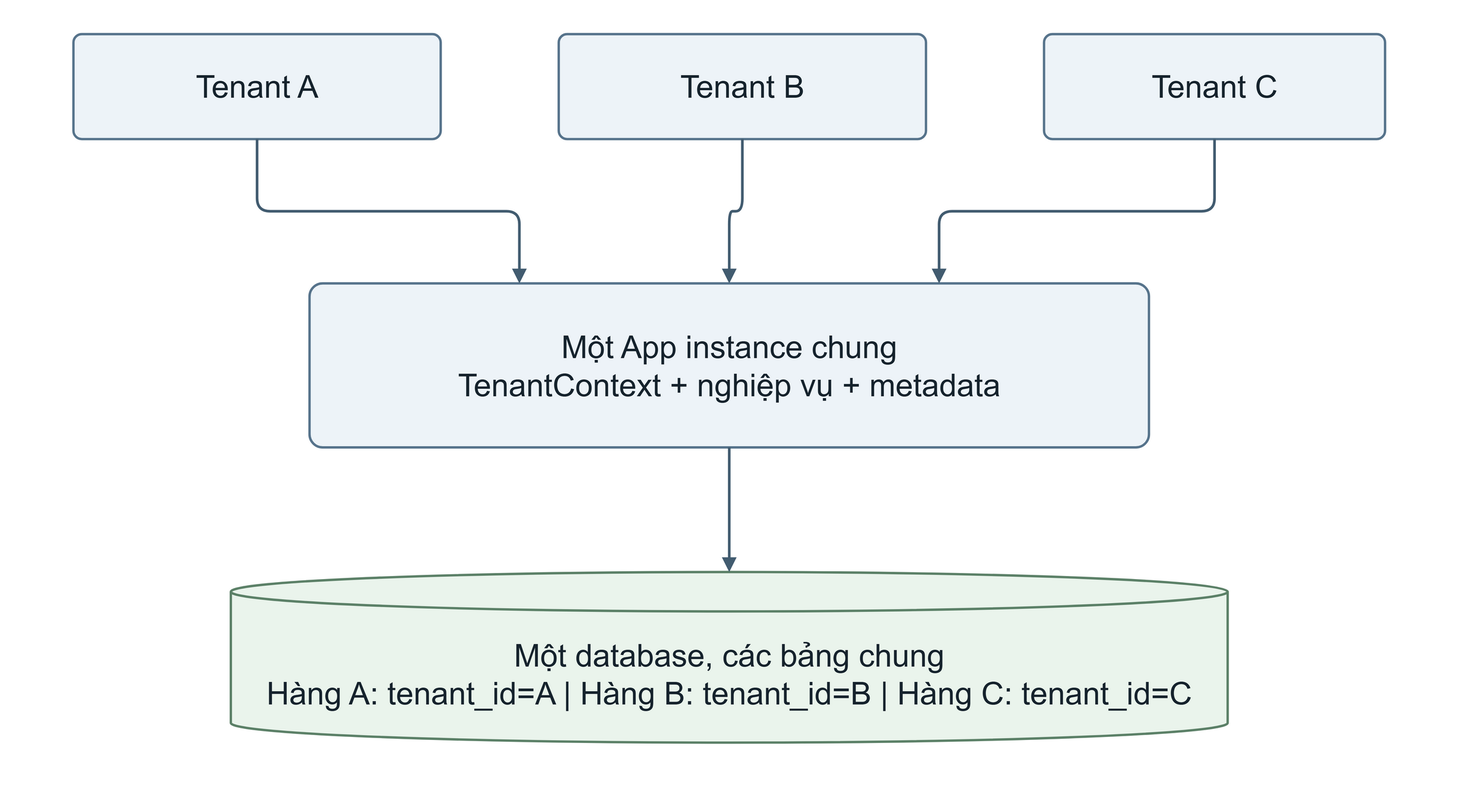
Before: output/report-theo-dany/figures/editable-png/hinh_2_2_pool.drawio.png, a diagram exported from draw.io (Hungcb123/NCKH-Hung). Source tidied: cells renumbered, new cells last; positions are measured from the earlier drawing's top-left corner, leaving out a move shared by most shapes.
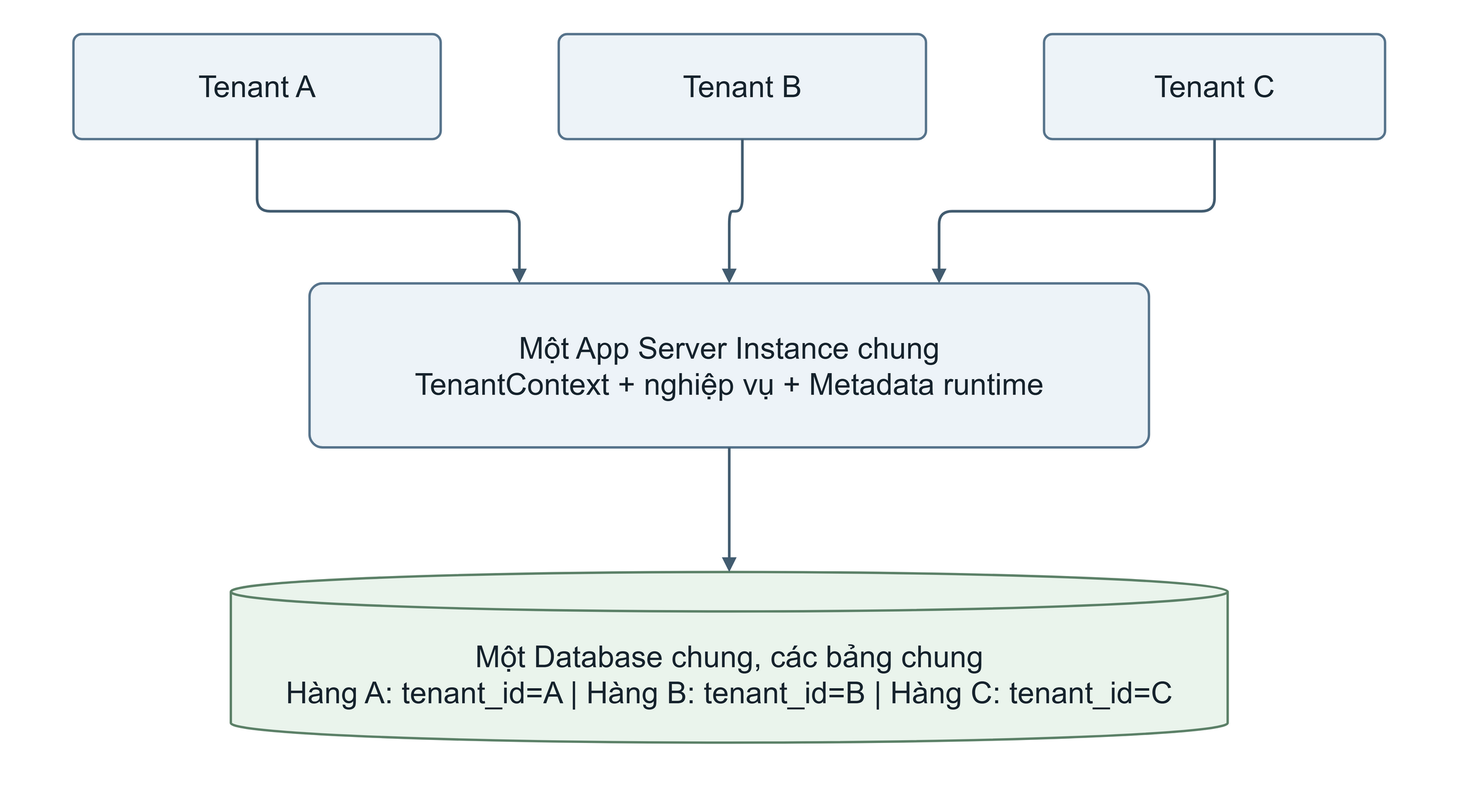
The same file after the commit.

The edit, as a diff of the source:
```diff
@@ -5,31 +5,31 @@
     <mxCell id="2" style="html=1;whiteSpace=wrap;fontFamily=Arial;fontColor=#16232D;fontSize=24;spacing=10;align=center;verticalAlign=middle;fillColor=none;strokeColor=none;" parent="1" vertex="1">
       <mxGeometry width="1100" height="600" as="geometry" />
     </mxCell>
-    <mxCell id="3" value="Tenant A" style="html=1;whiteSpace=wrap;fontFamily=Arial;fontColor=#16232D;fontSize=24;spacing=10;align=center;verticalAlign=middle;rounded=1;arcSize=8;fillColor=#EDF3F8;strokeColor=#57748C;strokeWidth=1.8;" parent="1" vertex="1">
+    <mxCell id="3" value="Tenant A" style="html=1;whiteSpace=wrap;fontFamily=Arial;fontColor=#16232D;fontSize=24;spacing=10;align=center;verticalAlign=middle;rounded=1;arcSize=8;fontSize=23;fillColor=#EDF3F8;strokeColor=#57748C;strokeWidth=1.8;" parent="1" vertex="1">
       <mxGeometry x="50" y="20" width="280" height="80" as="geometry" />
     </mxCell>
-    <mxCell id="4" value="Tenant B" style="html=1;whiteSpace=wrap;fontFamily=Arial;fontColor=#16232D;fontSize=24;spacing=10;align=center;verticalAlign=middle;rounded=1;arcSize=8;fillColor=#EDF3F8;strokeColor=#57748C;strokeWidth=1.8;" parent="1" vertex="1">
+    <mxCell id="4" value="Tenant B" style="html=1;whiteSpace=wrap;fontFamily=Arial;fontColor=#16232D;fontSize=24;spacing=10;align=center;verticalAlign=middle;rounded=1;arcSize=8;fontSize=23;fillColor=#EDF3F8;strokeColor=#57748C;strokeWidth=1.8;" parent="1" vertex="1">
       <mxGeometry x="420" y="20" width="280" height="80" as="geometry" />
     </mxCell>
-    <mxCell id="5" value="Tenant C" style="html=1;whiteSpace=wrap;fontFamily=Arial;fontColor=#16232D;fontSize=24;spacing=10;align=center;verticalAlign=middle;rounded=1;arcSize=8;fillColor=#EDF3F8;strokeColor=#57748C;strokeWidth=1.8;" parent="1" vertex="1">
+    <mxCell id="5" value="Tenant C" style="html=1;whiteSpace=wrap;fontFamily=Arial;fontColor=#16232D;fontSize=24;spacing=10;align=center;verticalAlign=middle;rounded=1;arcSize=8;fontSize=23;fillColor=#EDF3F8;strokeColor=#57748C;strokeWidth=1.8;" parent="1" vertex="1">
       <mxGeometry x="790" y="20" width="260" height="80" as="geometry" />
     </mxCell>
-    <mxCell id="6" value="Một App instance chung&#10;TenantContext + nghiệp vụ + metadata" style="html=1;whiteSpace=wrap;fontFamily=Arial;fontColor=#16232D;fontSize=24;spacing=10;align=center;verticalAlign=middle;rounded=1;arcSize=8;fillColor=#EDF3F8;strokeColor=#57748C;strokeWidth=1.8;" parent="1" vertex="1">
+    <mxCell id="6" value="Một App Server Instance chung&#10;TenantContext + nghiệp vụ + Metadata runtime" style="html=1;whiteSpace=wrap;fontFamily=Arial;fontColor=#16232D;fontSize=24;spacing=10;align=center;verticalAlign=middle;rounded=1;arcSize=8;fontSize=23;fillColor=#EDF3F8;strokeColor=#57748C;strokeWidth=1.8;" parent="1" vertex="1">
       <mxGeometry x="230" y="210" width="640" height="125" as="geometry" />
     </mxCell>
-    <mxCell id="7" value="Một database, các bảng chung&#10;Hàng A: tenant_id=A | Hàng B: tenant_id=B | Hàng C: tenant_id=C" style="html=1;whiteSpace=wrap;fontFamily=Arial;fontColor=#16232D;fontSize=24;spacing=10;align=center;verticalAlign=middle;shape=cylinder3;size=15;boundedLbl=1;fillColor=#EAF4EC;strokeColor=#5C8168;strokeWidth=1.8;" parent="1" vertex="1">
+    <mxCell id="7" value="Một Database chung, các bảng chung&#10;Hàng A: tenant_id=A | Hàng B: tenant_id=B | Hàng C: tenant_id=C" style="html=1;whiteSpace=wrap;fontFamily=Arial;fontColor=#16232D;fontSize=24;spacing=10;align=center;verticalAlign=middle;shape=cylinder3;size=15;boundedLbl=1;fontSize=23;fillColor=#EAF4EC;strokeColor=#5C8168;strokeWidth=1.8;" parent="1" vertex="1">
       <mxGeometry x="170" y="430" width="760" height="130" as="geometry" />
     </mxCell>
-    <mxCell id="8" style="edgeStyle=orthogonalEdgeStyle;rounded=1;jettySize=auto;html=1;fontFamily=Arial;fontSize=21;fontColor=#16232D;labelBackgroundColor=#FFFFFF;strokeColor=#425C70;strokeWidth=2;endArrow=block;endFill=1;exitX=0.5;exitY=1;entryX=0.25;entryY=0;" parent="1" edge="1" source="3" target="6">
+    <mxCell id="8" style="edgeStyle=orthogonalEdgeStyle;rounded=1;jettySize=auto;html=1;fontFamily=Arial;fontSize=20;fontColor=#16232D;labelBackgroundColor=#FFFFFF;strokeColor=#425C70;strokeWidth=2;endArrow=block;endFill=1;exitX=0.5;exitY=1;entryX=0.25;entryY=0;" parent="1" edge="1" source="3" target="6">
       <mxGeometry relative="1" as="geometry" />
     </mxCell>
-    <mxCell id="9" style="edgeStyle=orthogonalEdgeStyle;rounded=1;jettySize=auto;html=1;fontFamily=Arial;fontSize=21;fontColor=#16232D;labelBackgroundColor=#FFFFFF;strokeColor=#425C70;strokeWidth=2;endArrow=block;endFill=1;exitX=0.5;exitY=1;entryX=0.5;entryY=0;" parent="1" edge="1" source="4" target="6">
+    <mxCell id="9" style="edgeStyle=orthogonalEdgeStyle;rounded=1;jettySize=auto;html=1;fontFamily=Arial;fontSize=20;fontColor=#16232D;labelBackgroundColor=#FFFFFF;strokeColor=#425C70;strokeWidth=2;endArrow=block;endFill=1;exitX=0.5;exitY=1;entryX=0.5;entryY=0;" parent="1" edge="1" source="4" target="6">
       <mxGeometry relative="1" as="geometry" />
     </mxCell>
-    <mxCell id="10" style="edgeStyle=orthogonalEdgeStyle;rounded=1;jettySize=auto;html=1;fontFamily=Arial;fontSize=21;fontColor=#16232D;labelBackgroundColor=#FFFFFF;strokeColor=#425C70;strokeWidth=2;endArrow=block;endFill=1;exitX=0.5;exitY=1;entryX=0.75;entryY=0;" parent="1" edge="1" source="5" target="6">
+    <mxCell id="10" style="edgeStyle=orthogonalEdgeStyle;rounded=1;jettySize=auto;html=1;fontFamily=Arial;fontSize=20;fontColor=#16232D;labelBackgroundColor=#FFFFFF;strokeColor=#425C70;strokeWidth=2;endArrow=block;endFill=1;exitX=0.5;exitY=1;entryX=0.75;entryY=0;" parent="1" edge="1" source="5" target="6">
       <mxGeometry relative="1" as="geometry" />
     </mxCell>
-    <mxCell id="11" style="edgeStyle=orthogonalEdgeStyle;rounded=1;jettySize=auto;html=1;fontFamily=Arial;fontSize=21;fontColor=#16232D;labelBackgroundColor=#FFFFFF;strokeColor=#425C70;strokeWidth=2;endArrow=block;endFill=1;exitX=0.5;exitY=1;entryX=0.5;entryY=0;" parent="1" edge="1" source="6" target="7">
+    <mxCell id="11" style="edgeStyle=orthogonalEdgeStyle;rounded=1;jettySize=auto;html=1;fontFamily=Arial;fontSize=20;fontColor=#16232D;labelBackgroundColor=#FFFFFF;strokeColor=#425C70;strokeWidth=2;endArrow=block;endFill=1;exitX=0.5;exitY=1;entryX=0.5;entryY=0;" parent="1" edge="1" source="6" target="7">
       <mxGeometry relative="1" as="geometry" />
     </mxCell>
   </root>
```
